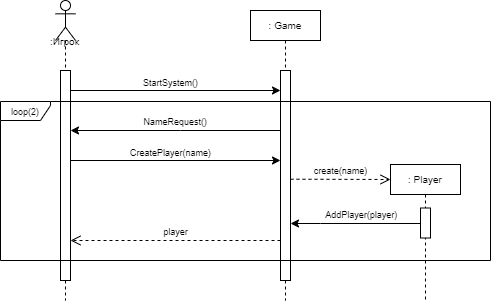
This is images/lab4_1.png from katefomkina/sea-battle, a draw.io export, as it was before one commit. Source tidied: cells renumbered, new cells last; positions are measured from the earlier drawing's top-left corner, leaving out a move shared by most shapes.
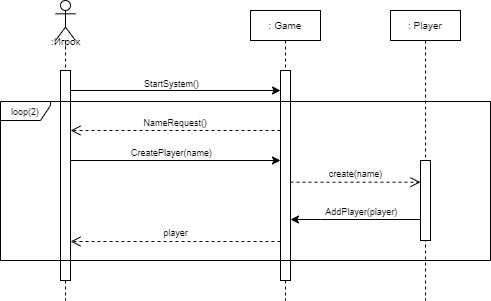
Later version of the same file.

What changed in the source:
```diff
@@ -15,9 +15,9 @@
       <mxGeometry x="30" y="60" width="10" height="210" as="geometry" />
     </mxCell>
     <mxCell id="6" value="&lt;font style=&quot;font-size: 10px;&quot;&gt;:Игрок&lt;/font&gt;" style="text;html=1;align=center;verticalAlign=middle;strokeColor=none;fillColor=none;" parent="1" vertex="1">
-      <mxGeometry x="39" y="26" width="50" height="30" as="geometry" />
+      <mxGeometry x="40" y="26" width="50" height="30" as="geometry" />
     </mxCell>
-    <mxCell id="7" style="endArrow=classic;html=1;rounded=0;" parent="1" edge="1">
+    <mxCell id="7" style="html=1;verticalAlign=bottom;endArrow=open;dashed=1;endSize=8;curved=0;rounded=0;" parent="1" edge="1">
       <mxGeometry relative="1" as="geometry">
         <mxPoint x="280" y="130" as="sourcePoint" />
         <mxPoint x="70" y="130" as="targetPoint" />
@@ -39,7 +39,7 @@
     </mxCell>
     <mxCell id="10" value="&lt;font style=&quot;font-size: 9px;&quot;&gt;CreatePlayer(name)&lt;/font&gt;" style="edgeLabel;html=1;align=center;verticalAlign=middle;" parent="9" vertex="1">
       <mxGeometry x="0.17" y="1" relative="1" as="geometry">
-        <mxPoint x="-23" y="-7" as="offset" />
+        <mxPoint x="-23" y="-8" as="offset" />
       </mxGeometry>
     </mxCell>
     <mxCell id="11" value="&lt;font style=&quot;font-size: 9px;&quot;&gt;loop(2)&lt;/font&gt;" style="shape=umlFrame;whiteSpace=wrap;html=1;width=50;height=19;" parent="1" vertex="1">
@@ -57,23 +57,23 @@
       </mxGeometry>
     </mxCell>
     <mxCell id="14" value="&lt;font style=&quot;font-size: 10px;&quot;&gt;: Player&lt;/font&gt;" style="shape=umlLifeline;perimeter=lifelinePerimeter;whiteSpace=wrap;html=1;newEdgeStyle={&quot;curved&quot;:0,&quot;rounded&quot;:0};size=30;" parent="1" vertex="1">
-      <mxGeometry x="390" y="164" width="70" height="136" as="geometry" />
+      <mxGeometry x="390" y="10" width="70" height="290" as="geometry" />
     </mxCell>
     <mxCell id="15" style="html=1;perimeter=orthogonalPerimeter;targetShapes=umlLifeline;newEdgeStyle={&quot;curved&quot;:0,&quot;rounded&quot;:0};" parent="14" vertex="1">
-      <mxGeometry x="30" y="43.5" width="10" height="30" as="geometry" />
+      <mxGeometry x="30" y="150" width="10" height="80" as="geometry" />
     </mxCell>
     <mxCell id="16" value="&lt;font style=&quot;font-size: 9px;&quot;&gt;create(name&lt;span style=&quot;color: rgba(0, 0, 0, 0); font-family: monospace; font-size: 0px; text-align: start; background-color: rgb(251, 251, 251);&quot;&gt;%3CmxGraphModel%3E%3Croot%3E%3CmxCell%20id%3D%220%22%2F%3E%3CmxCell%20id%3D%221%22%20parent%3D%220%22%2F%3E%3CmxCell%20id%3D%222%22%20value%3D%22%22%20style%3D%22endArrow%3Dclassic%3Bhtml%3D1%3Brounded%3D0%3B%22%20edge%3D%221%22%20parent%3D%221%22%3E%3CmxGeometry%20width%3D%2250%22%20height%3D%2250%22%20relative%3D%221%22%20as%3D%22geometry%22%3E%3CmxPoint%20x%3D%22430%22%20y%3D%22180%22%20as%3D%22sourcePoint%22%2F%3E%3CmxPoint%20x%3D%22220%22%20y%3D%22180%22%20as%3D%22targetPoint%22%2F%3E%3CArray%20as%3D%22points%22%3E%3CmxPoint%20x%3D%22330%22%20y%3D%22180%22%2F%3E%3C%2FArray%3E%3C%2FmxGeometry%3E%3C%2FmxCell%3E%3CmxCell%20id%3D%223%22%20value%3D%22%26lt%3Bdiv%26gt%3B%26lt%3Bfont%20style%3D%26quot%3Bfont-size%3A%209px%3B%26quot%3B%26gt%3BNameRequest()%26amp%3Bnbsp%3B%26lt%3B%2Ffont%26gt%3B%26lt%3B%2Fdiv%26gt%3B%22%20style%3D%22edgeLabel%3Bhtml%3D1%3Balign%3Dcenter%3BverticalAlign%3Dmiddle%3Bresizable%3D0%3Bpoints%3D%5B%5D%3B%22%20vertex%3D%221%22%20connectable%3D%220%22%20parent%3D%222%22%3E%3CmxGeometry%20x%3D%220.1504%22%20y%3D%222%22%20relative%3D%221%22%20as%3D%22geometry%22%3E%3CmxPoint%20x%3D%2216%22%20y%3D%22-11%22%20as%3D%22offset%22%2F%3E%3C%2FmxGeometry%3E%3C%2FmxCell%3E%3C%2Froot%3E%3C%2FmxGraphModel%3E&lt;/span&gt;)&lt;/font&gt;" style="html=1;verticalAlign=bottom;endArrow=open;dashed=1;endSize=8;curved=0;rounded=0;" parent="1" edge="1">
       <mxGeometry relative="1" as="geometry">
-        <mxPoint x="290" y="178.7" as="sourcePoint" />
-        <mxPoint x="390" y="179" as="targetPoint" />
+        <mxPoint x="290" y="181.7" as="sourcePoint" />
+        <mxPoint x="420" y="181.7" as="targetPoint" />
       </mxGeometry>
     </mxCell>
     <mxCell id="17" style="endArrow=classic;html=1;rounded=0;" parent="1" edge="1">
       <mxGeometry relative="1" as="geometry">
-        <mxPoint x="420" y="223" as="sourcePoint" />
-        <mxPoint x="290" y="223" as="targetPoint" />
+        <mxPoint x="420" y="219" as="sourcePoint" />
+        <mxPoint x="290" y="219" as="targetPoint" />
         <Array as="points">
-          <mxPoint x="320" y="223" />
+          <mxPoint x="320" y="219" />
         </Array>
       </mxGeometry>
     </mxCell>
@@ -84,8 +84,8 @@
     </mxCell>
     <mxCell id="19" value="&lt;font style=&quot;font-size: 9px;&quot;&gt;player&lt;span style=&quot;color: rgba(0, 0, 0, 0); font-family: monospace; font-size: 0px; text-align: start; background-color: rgb(251, 251, 251);&quot;&gt;%3CmxGraphModel%3E%3Croot%3E%3CmxCell%20id%3D%220%22%2F%3E%3CmxCell%20id%3D%221%22%20parent%3D%220%22%2F%3E%3CmxCell%20id%3D%222%22%20value%3D%22%22%20style%3D%22endArrow%3Dclassic%3Bhtml%3D1%3Brounded%3D0%3B%22%20edge%3D%221%22%20parent%3D%221%22%3E%3CmxGeometry%20width%3D%2250%22%20height%3D%2250%22%20relative%3D%221%22%20as%3D%22geometry%22%3E%3CmxPoint%20x%3D%22430%22%20y%3D%22180%22%20as%3D%22sourcePoint%22%2F%3E%3CmxPoint%20x%3D%22220%22%20y%3D%22180%22%20as%3D%22targetPoint%22%2F%3E%3CArray%20as%3D%22points%22%3E%3CmxPoint%20x%3D%22330%22%20y%3D%22180%22%2F%3E%3C%2FArray%3E%3C%2FmxGeometry%3E%3C%2FmxCell%3E%3CmxCell%20id%3D%223%22%20value%3D%22%26lt%3Bdiv%26gt%3B%26lt%3Bfont%20style%3D%26quot%3Bfont-size%3A%209px%3B%26quot%3B%26gt%3BNameRequest()%26amp%3Bnbsp%3B%26lt%3B%2Ffont%26gt%3B%26lt%3B%2Fdiv%26gt%3B%22%20style%3D%22edgeLabel%3Bhtml%3D1%3Balign%3Dcenter%3BverticalAlign%3Dmiddle%3Bresizable%3D0%3Bpoints%3D%5B%5D%3B%22%20vertex%3D%221%22%20connectable%3D%220%22%20parent%3D%222%22%3E%3CmxGeometry%20x%3D%220.1504%22%20y%3D%222%22%20relative%3D%221%22%20as%3D%22geometry%22%3E%3CmxPoint%20x%3D%2216%22%20y%3D%22-11%22%20as%3D%22offset%22%2F%3E%3C%2FmxGeometry%3E%3C%2FmxCell%3E%3C%2Froot%3E%3C%2FmxGraph&lt;/span&gt;&lt;/font&gt;" style="html=1;verticalAlign=bottom;endArrow=open;dashed=1;endSize=8;curved=0;rounded=0;" parent="1" edge="1">
       <mxGeometry relative="1" as="geometry">
-        <mxPoint x="280" y="240" as="sourcePoint" />
-        <mxPoint x="70" y="240" as="targetPoint" />
+        <mxPoint x="280" y="241" as="sourcePoint" />
+        <mxPoint x="70" y="241" as="targetPoint" />
       </mxGeometry>
     </mxCell>
   </root>
```
